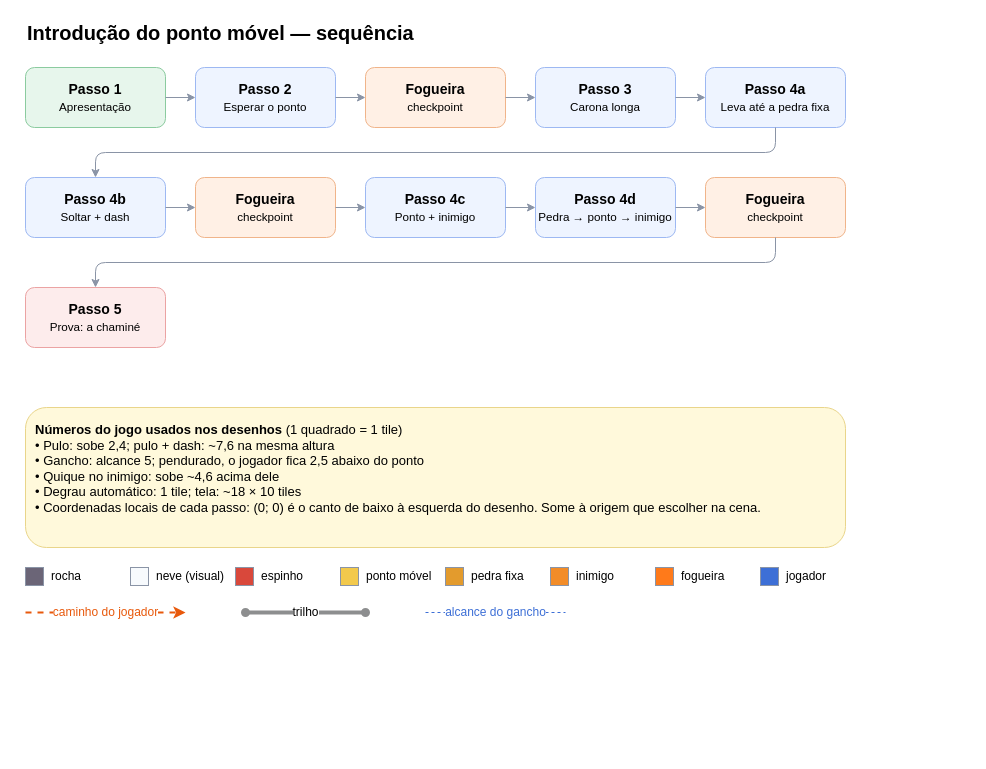
The draw.io diagram page "Sequência" (1 of 14) of Design/level_design_ponto_movel.drawio in Vertigo-Game/prototipo, before the edit. Source tidied: cells renumbered, new cells numbered last; positions are measured from the earlier drawing's top-left corner, leaving out a move shared by most shapes. Both pictures are drawn from the tidied source at 100%, with x=0, y=0 at pixel (25, 17).
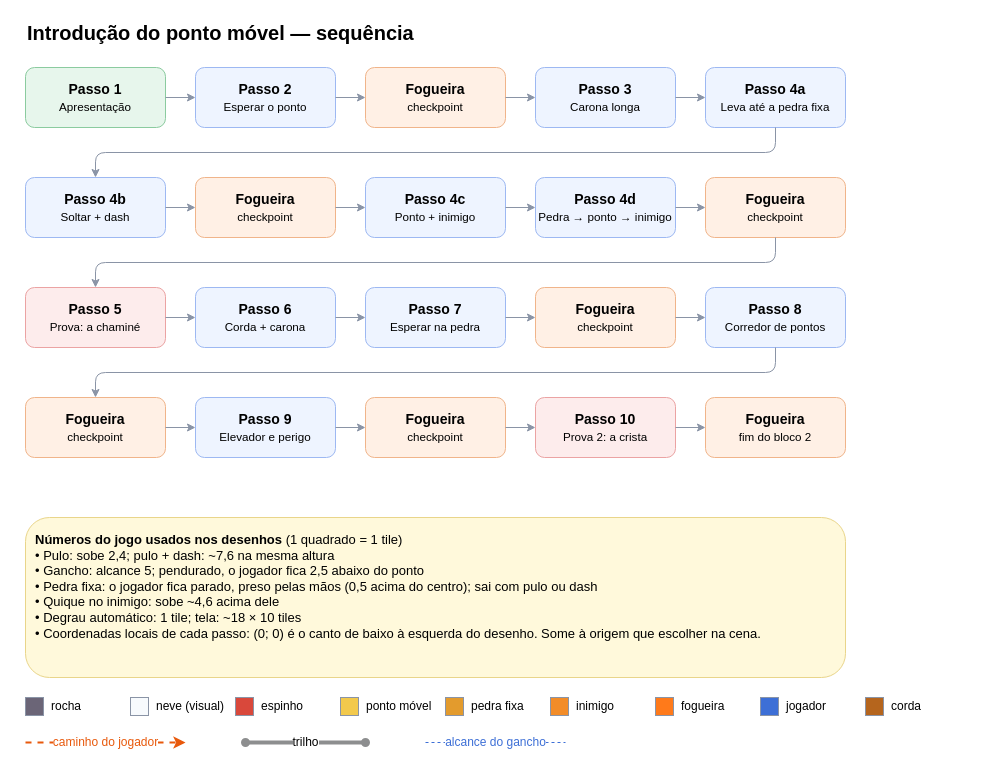
The same diagram, later.

Commit message (it also covers changes not shown here):
Adiciona o bloco 2 de trechos nos desenhos de level design

What changed in the source:
```diff
@@
-    <mxCell id="14" style="endArrow=classic;html=1;strokeColor=#8A94A6;" parent="1" edge="1">
-      <mxGeometry relative="1" as="geometry">
-        <mxPoint x="140" y="80" as="sourcePoint" />
-        <mxPoint x="170" y="80" as="targetPoint" />
-      </mxGeometry>
+    <mxCell id="14" value="&lt;b&gt;Passo 6&lt;/b&gt;&lt;br&gt;&lt;small&gt;Corda + carona&lt;/small&gt;" style="rounded=1;whiteSpace=wrap;html=1;fontSize=14;fillColor=#EEF4FF;strokeColor=#9DB8F2;" parent="1" vertex="1">
+      <mxGeometry x="170" y="270" width="140" height="60" as="geometry" />
     </mxCell>
-    <mxCell id="15" style="endArrow=classic;html=1;strokeColor=#8A94A6;" parent="1" edge="1">
-      <mxGeometry relative="1" as="geometry">
-        <mxPoint x="310" y="80" as="sourcePoint" />
-        <mxPoint x="340" y="80" as="targetPoint" />
-      </mxGeometry>
+    <mxCell id="15" value="&lt;b&gt;Passo 7&lt;/b&gt;&lt;br&gt;&lt;small&gt;Esperar na pedra&lt;/small&gt;" style="rounded=1;whiteSpace=wrap;html=1;fontSize=14;fillColor=#EEF4FF;strokeColor=#9DB8F2;" parent="1" vertex="1">
+      <mxGeometry x="340" y="270" width="140" height="60" as="geometry" />
     </mxCell>
-    <mxCell id="16" style="endArrow=classic;html=1;strokeColor=#8A94A6;" parent="1" edge="1">
-      <mxGeometry relative="1" as="geometry">
-        <mxPoint x="480" y="80" as="sourcePoint" />
-        <mxPoint x="510" y="80" as="targetPoint" />
-      </mxGeometry>
+    <mxCell id="16" value="&lt;b&gt;Fogueira&lt;/b&gt;&lt;br&gt;&lt;small&gt;checkpoint&lt;/small&gt;" style="rounded=1;whiteSpace=wrap;html=1;fontSize=14;fillColor=#FFF0E5;strokeColor=#F0B48A;" parent="1" vertex="1">
+      <mxGeometry x="510" y="270" width="140" height="60" as="geometry" />
     </mxCell>
-    <mxCell id="17" style="endArrow=classic;html=1;strokeColor=#8A94A6;" parent="1" edge="1">
-      <mxGeometry relative="1" as="geometry">
-        <mxPoint x="650" y="80" as="sourcePoint" />
-        <mxPoint x="680" y="80" as="targetPoint" />
-      </mxGeometry>
+    <mxCell id="17" value="&lt;b&gt;Passo 8&lt;/b&gt;&lt;br&gt;&lt;small&gt;Corredor de pontos&lt;/small&gt;" style="rounded=1;whiteSpace=wrap;html=1;fontSize=14;fillColor=#EEF4FF;strokeColor=#9DB8F2;" parent="1" vertex="1">
+      <mxGeometry x="680" y="270" width="140" height="60" as="geometry" />
     </mxCell>
-    <mxCell id="18" style="endArrow=classic;html=1;strokeColor=#8A94A6;edgeStyle=orthogonalEdgeStyle;" parent="1" edge="1">
-      <mxGeometry relative="1" as="geometry">
-        <mxPoint x="750" y="110" as="sourcePoint" />
-        <mxPoint x="70" y="160" as="targetPoint" />
-        <Array as="points">
-          <mxPoint x="750" y="135" />
-          <mxPoint x="70" y="135" />
-        </Array>
-      </mxGeometry>
+    <mxCell id="18" value="&lt;b&gt;Fogueira&lt;/b&gt;&lt;br&gt;&lt;small&gt;checkpoint&lt;/small&gt;" style="rounded=1;whiteSpace=wrap;html=1;fontSize=14;fillColor=#FFF0E5;strokeColor=#F0B48A;" parent="1" vertex="1">
+      <mxGeometry y="380" width="140" height="60" as="geometry" />
     </mxCell>
-    <mxCell id="19" style="endArrow=classic;html=1;strokeColor=#8A94A6;" parent="1" edge="1">
-      <mxGeometry relative="1" as="geometry">
-        <mxPoint x="140" y="190" as="sourcePoint" />
-        <mxPoint x="170" y="190" as="targetPoint" />
-      </mxGeometry>
+    <mxCell id="19" value="&lt;b&gt;Passo 9&lt;/b&gt;&lt;br&gt;&lt;small&gt;Elevador e perigo&lt;/small&gt;" style="rounded=1;whiteSpace=wrap;html=1;fontSize=14;fillColor=#EEF4FF;strokeColor=#9DB8F2;" parent="1" vertex="1">
+      <mxGeometry x="170" y="380" width="140" height="60" as="geometry" />
     </mxCell>
-    <mxCell id="20" style="endArrow=classic;html=1;strokeColor=#8A94A6;" parent="1" edge="1">
-      <mxGeometry relative="1" as="geometry">
-        <mxPoint x="310" y="190" as="sourcePoint" />
-        <mxPoint x="340" y="190" as="targetPoint" />
-      </mxGeometry>
+    <mxCell id="20" value="&lt;b&gt;Fogueira&lt;/b&gt;&lt;br&gt;&lt;small&gt;checkpoint&lt;/small&gt;" style="rounded=1;whiteSpace=wrap;html=1;fontSize=14;fillColor=#FFF0E5;strokeColor=#F0B48A;" parent="1" vertex="1">
+      <mxGeometry x="340" y="380" width="140" height="60" as="geometry" />
     </mxCell>
-    <mxCell id="21" style="endArrow=classic;html=1;strokeColor=#8A94A6;" parent="1" edge="1">
-      <mxGeometry relative="1" as="geometry">
-        <mxPoint x="480" y="190" as="sourcePoint" />
-        <mxPoint x="510" y="190" as="targetPoint" />
-      </mxGeometry>
+    <mxCell id="21" value="&lt;b&gt;Passo 10&lt;/b&gt;&lt;br&gt;&lt;small&gt;Prova 2: a crista&lt;/small&gt;" style="rounded=1;whiteSpace=wrap;html=1;fontSize=14;fillColor=#FDECEC;strokeColor=#EBA3A3;" parent="1" vertex="1">
+      <mxGeometry x="510" y="380" width="140" height="60" as="geometry" />
     </mxCell>
-    <mxCell id="22" style="endArrow=classic;html=1;strokeColor=#8A94A6;" parent="1" edge="1">
-      <mxGeometry relative="1" as="geometry">
-        <mxPoint x="650" y="190" as="sourcePoint" />
-        <mxPoint x="680" y="190" as="targetPoint" />
-      </mxGeometry>
+    <mxCell id="22" value="&lt;b&gt;Fogueira&lt;/b&gt;&lt;br&gt;&lt;small&gt;fim do bloco 2&lt;/small&gt;" style="rounded=1;whiteSpace=wrap;html=1;fontSize=14;fillColor=#FFF0E5;strokeColor=#F0B48A;" parent="1" vertex="1">
+      <mxGeometry x="680" y="380" width="140" height="60" as="geometry" />
     </mxCell>
-    <mxCell id="23" style="endArrow=classic;html=1;strokeColor=#8A94A6;edgeStyle=orthogonalEdgeStyle;" parent="1" edge="1">
+    <mxCell id="23" style="endArrow=classic;html=1;strokeColor=#8A94A6;" parent="1" edge="1">
       <mxGeometry relative="1" as="geometry">
-        <mxPoint x="750" y="220" as="sourcePoint" />
-        <mxPoint x="70" y="270" as="targetPoint" />
-        <Array as="points">
-          <mxPoint x="750" y="245" />
-          <mxPoint x="70" y="245" />
-        </Array>
+        <mxPoint x="140" y="80" as="sourcePoint" />
+        <mxPoint x="170" y="80" as="targetPoint" />
       </mxGeometry>
     </mxCell>
-    <mxCell id="24" value="&lt;b&gt;Números do jogo usados nos desenhos&lt;/b&gt; (1 quadrado = 1 tile)&lt;br&gt;• Pulo: sobe 2,4; pulo + dash: ~7,6 na mesma altura&lt;br&gt;• Gancho: alcance 5; pendurado, o jogador fica 2,5 abaixo do ponto&lt;br&gt;• Quique no inimigo: sobe ~4,6 acima dele&lt;br&gt;• Degrau automático: 1 tile; tela: ~18 × 10 tiles&lt;br&gt;• Coordenadas locais de cada passo: (0; 0) é o canto de baixo à esquerda do desenho. Some à origem que escolher na cena." style="rounded=1;whiteSpace=wrap;html=1;align=left;verticalAlign=top;spacing=10;fontSize=13;fillColor=#FFF9DB;strokeColor=#E9D58A;" parent="1" vertex="1">
-      <mxGeometry y="390" width="820" height="140" as="geometry" />
+    <mxCell id="24" style="endArrow=classic;html=1;strokeColor=#8A94A6;" parent="1" edge="1">
+      <mxGeometry relative="1" as="geometry">
+        <mxPoint x="310" y="80" as="sourcePoint" />
+        <mxPoint x="340" y="80" as="targetPoint" />
+      </mxGeometry>
     </mxCell>
-    <mxCell id="25" style="rounded=0;html=1;fillColor=#6B6577;strokeColor=#8A94A6;" parent="1" vertex="1">
-      <mxGeometry y="550" width="18" height="18" as="geometry" />
+    <mxCell id="25" style="endArrow=classic;html=1;strokeColor=#8A94A6;" parent="1" edge="1">
+      <mxGeometry relative="1" as="geometry">
+        <mxPoint x="480" y="80" as="sourcePoint" />
+        <mxPoint x="510" y="80" as="targetPoint" />
+      </mxGeometry>
     </mxCell>
-    <mxCell id="26" value="rocha" style="text;html=1;strokeColor=none;fillColor=none;align=left;verticalAlign=middle;fontSize=12;" parent="1" vertex="1">
-      <mxGeometry x="24" y="550" width="80" height="18" as="geometry" />
+    <mxCell id="26" style="endArrow=classic;html=1;strokeColor=#8A94A6;" parent="1" edge="1">
+      <mxGeometry relative="1" as="geometry">
+        <mxPoint x="650" y="80" as="sourcePoint" />
+        <mxPoint x="680" y="80" as="targetPoint" />
+      </mxGeometry>
     </mxCell>
-    <mxCell id="27" style="rounded=0;html=1;fillColor=#F7FAFD;strokeColor=#8A94A6;" parent="1" vertex="1">
-      <mxGeometry x="105" y="550" width="18" height="18" as="geometry" />
+    <mxCell id="27" style="endArrow=classic;html=1;strokeColor=#8A94A6;edgeStyle=orthogonalEdgeStyle;" parent="1" edge="1">
+      <mxGeometry relative="1" as="geometry">
+        <mxPoint x="750" y="110" as="sourcePoint" />
+        <mxPoint x="70" y="160" as="targetPoint" />
+        <Array as="points">
+          <mxPoint x="750" y="135" />
+          <mxPoint x="70" y="135" />
+        </Array>
+      </mxGeometry>
     </mxCell>
-    <mxCell id="28" value="neve (visual)" style="text;html=1;strokeColor=none;fillColor=none;align=left;verticalAlign=middle;fontSize=12;" parent="1" vertex="1">
-      <mxGeometry x="129" y="550" width="80" height="18" as="geometry" />
+    <mxCell id="28" style="endArrow=classic;html=1;strokeColor=#8A94A6;" parent="1" edge="1">
+      <mxGeometry relative="1" as="geometry">
+        <mxPoint x="140" y="190" as="sourcePoint" />
+        <mxPoint x="170" y="190" as="targetPoint" />
+      </mxGeometry>
     </mxCell>
-    <mxCell id="29" style="rounded=0;html=1;fillColor=#D9483B;strokeColor=#8A94A6;" parent="1" vertex="1">
-      <mxGeometry x="210" y="550" width="18" height="18" as="geometry" />
+    <mxCell id="29" style="endArrow=classic;html=1;strokeColor=#8A94A6;" parent="1" edge="1">
+      <mxGeometry relative="1" as="geometry">
+        <mxPoint x="310" y="190" as="sourcePoint" />
+        <mxPoint x="340" y="190" as="targetPoint" />
+      </mxGeometry>
     </mxCell>
-    <mxCell id="30" value="espinho" style="text;html=1;strokeColor=none;fillColor=none;align=left;verticalAlign=middle;fontSize=12;" parent="1" vertex="1">
-      <mxGeometry x="234" y="550" width="80" height="18" as="geometry" />
+    <mxCell id="30" style="endArrow=classic;html=1;strokeColor=#8A94A6;" parent="1" edge="1">
+      <mxGeometry relative="1" as="geometry">
+        <mxPoint x="480" y="190" as="sourcePoint" />
+        <mxPoint x="510" y="190" as="targetPoint" />
+      </mxGeometry>
     </mxCell>
-    <mxCell id="31" style="rounded=0;html=1;fillColor=#F2C94C;strokeColor=#8A94A6;" parent="1" vertex="1">
-      <mxGeometry x="315" y="550" width="18" height="18" as="geometry" />
+    <mxCell id="31" style="endArrow=classic;html=1;strokeColor=#8A94A6;" parent="1" edge="1">
+      <mxGeometry relative="1" as="geometry">
+        <mxPoint x="650" y="190" as="sourcePoint" />
+        <mxPoint x="680" y="190" as="targetPoint" />
+      </mxGeometry>
     </mxCell>
-    <mxCell id="32" value="ponto móvel" style="text;html=1;strokeColor=none;fillColor=none;align=left;verticalAlign=middle;fontSize=12;" parent="1" vertex="1">
-      <mxGeometry x="339" y="550" width="80" height="18" as="geometry" />
+    <mxCell id="32" style="endArrow=classic;html=1;strokeColor=#8A94A6;edgeStyle=orthogonalEdgeStyle;" parent="1" edge="1">
+      <mxGeometry relative="1" as="geometry">
+        <mxPoint x="750" y="220" as="sourcePoint" />
+        <mxPoint x="70" y="270" as="targetPoint" />
+        <Array as="points">
+          <mxPoint x="750" y="245" />
+          <mxPoint x="70" y="245" />
+        </Array>
+      </mxGeometry>
     </mxCell>
-    <mxCell id="33" style="rounded=0;html=1;fillColor=#E39B2D;strokeColor=#8A94A6;" parent="1" vertex="1">
-      <mxGeometry x="420" y="550" width="18" height="18" as="geometry" />
+    <mxCell id="33" style="endArrow=classic;html=1;strokeColor=#8A94A6;" parent="1" edge="1">
+      <mxGeometry relative="1" as="geometry">
+        <mxPoint x="140" y="300" as="sourcePoint" />
+        <mxPoint x="170" y="300" as="targetPoint" />
+      </mxGeometry>
     </mxCell>
-    <mxCell id="34" value="pedra fixa" style="text;html=1;strokeColor=none;fillColor=none;align=left;verticalAlign=middle;fontSize=12;" parent="1" vertex="1">
-      <mxGeometry x="444" y="550" width="80" height="18" as="geometry" />
+    <mxCell id="34" style="endArrow=classic;html=1;strokeColor=#8A94A6;" parent="1" edge="1">
+      <mxGeometry relative="1" as="geometry">
+        <mxPoint x="310" y="300" as="sourcePoint" />
+        <mxPoint x="340" y="300" as="targetPoint" />
+      </mxGeometry>
     </mxCell>
-    <mxCell id="35" style="rounded=0;html=1;fillColor=#F28C28;strokeColor=#8A94A6;" parent="1" vertex="1">
-      <mxGeometry x="525" y="550" width="18" height="18" as="geometry" />
+    <mxCell id="35" style="endArrow=classic;html=1;strokeColor=#8A94A6;" parent="1" edge="1">
+      <mxGeometry relative="1" as="geometry">
+        <mxPoint x="480" y="300" as="sourcePoint" />
+        <mxPoint x="510" y="300" as="targetPoint" />
+      </mxGeometry>
     </mxCell>
-    <mxCell id="36" value="inimigo" style="text;html=1;strokeColor=none;fillColor=none;align=left;verticalAlign=middle;fontSize=12;" parent="1" vertex="1">
-      <mxGeometry x="549" y="550" width="80" height="18" as="geometry" />
+    <mxCell id="36" style="endArrow=classic;html=1;strokeColor=#8A94A6;" parent="1" edge="1">
+      <mxGeometry relative="1" as="geometry">
+        <mxPoint x="650" y="300" as="sourcePoint" />
+        <mxPoint x="680" y="300" as="targetPoint" />
+      </mxGeometry>
     </mxCell>
-    <mxCell id="37" style="rounded=0;html=1;fillColor=#FF7A1A;strokeColor=#8A94A6;" parent="1" vertex="1">
-      <mxGeometry x="630" y="550" width="18" height="18" as="geometry" />
+    <mxCell id="37" style="endArrow=classic;html=1;strokeColor=#8A94A6;edgeStyle=orthogonalEdgeStyle;" parent="1" edge="1">
+      <mxGeometry relative="1" as="geometry">
+        <mxPoint x="750" y="330" as="sourcePoint" />
+        <mxPoint x="70" y="380" as="targetPoint" />
+        <Array as="points">
+          <mxPoint x="750" y="355" />
+          <mxPoint x="70" y="355" />
+        </Array>
+      </mxGeometry>
     </mxCell>
-    <mxCell id="38" value="fogueira" style="text;html=1;strokeColor=none;fillColor=none;align=left;verticalAlign=middle;fontSize=12;" parent="1" vertex="1">
-      <mxGeometry x="654" y="550" width="80" height="18" as="geometry" />
+    <mxCell id="38" style="endArrow=classic;html=1;strokeColor=#8A94A6;" parent="1" edge="1">
+      <mxGeometry relative="1" as="geometry">
+        <mxPoint x="140" y="410" as="sourcePoint" />
+        <mxPoint x="170" y="410" as="targetPoint" />
+      </mxGeometry>
     </mxCell>
-    <mxCell id="39" style="rounded=0;html=1;fillColor=#3D6FD6;strokeColor=#8A94A6;" parent="1" vertex="1">
-      <mxGeometry x="735" y="550" width="18" height="18" as="geometry" />
+    <mxCell id="39" style="endArrow=classic;html=1;strokeColor=#8A94A6;" parent="1" edge="1">
+      <mxGeometry relative="1" as="geometry">
+        <mxPoint x="310" y="410" as="sourcePoint" />
+        <mxPoint x="340" y="410" as="targetPoint" />
+      </mxGeometry>
     </mxCell>
-    <mxCell id="40" value="jogador" style="text;html=1;strokeColor=none;fillColor=none;align=left;verticalAlign=middle;fontSize=12;" parent="1" vertex="1">
-      <mxGeometry x="759" y="550" width="80" height="18" as="geometry" />
+    <mxCell id="40" style="endArrow=classic;html=1;strokeColor=#8A94A6;" parent="1" edge="1">
+      <mxGeometry relative="1" as="geometry">
+        <mxPoint x="480" y="410" as="sourcePoint" />
+        <mxPoint x="510" y="410" as="targetPoint" />
+      </mxGeometry>
     </mxCell>
-    <mxCell id="41" value="caminho do jogador" style="endArrow=classic;html=1;dashed=1;strokeColor=#E8590C;strokeWidth=2;fontColor=#E8590C;fontSize=12;" parent="1" edge="1">
+    <mxCell id="41" style="endArrow=classic;html=1;strokeColor=#8A94A6;" parent="1" edge="1">
       <mxGeometry relative="1" as="geometry">
-        <mxPoint y="595" as="sourcePoint" />
-        <mxPoint x="160" y="595" as="targetPoint" />
+        <mxPoint x="650" y="410" as="sourcePoint" />
+        <mxPoint x="680" y="410" as="targetPoint" />
       </mxGeometry>
     </mxCell>
-    <mxCell id="42" value="trilho" style="endArrow=oval;startArrow=oval;endFill=1;startFill=1;endSize=5;startSize=5;html=1;strokeColor=#8D8E8F;strokeWidth=4;fontSize=12;" parent="1" edge="1">
-      <mxGeometry relative="1" as="geometry">
-        <mxPoint x="220" y="595" as="sourcePoint" />
-        <mxPoint x="340" y="595" as="targetPoint" />
-      </mxGeometry>
+    <mxCell id="42" value="&lt;b&gt;Números do jogo usados nos desenhos&lt;/b&gt; (1 quadrado = 1 tile)&lt;br&gt;• Pulo: sobe 2,4; pulo + dash: ~7,6 na mesma altura&lt;br&gt;• Gancho: alcance 5; pendurado, o jogador fica 2,5 abaixo do ponto&lt;br&gt;• Pedra fixa: o jogador fica parado, preso pelas mãos (0,5 acima do centro); sai com pulo ou dash&lt;br&gt;• Quique no inimigo: sobe ~4,6 acima dele&lt;br&gt;• Degrau automático: 1 tile; tela: ~18 × 10 tiles&lt;br&gt;• Coordenadas locais de cada passo: (0; 0) é o canto de baixo à esquerda do desenho. Some à origem que escolher na cena." style="rounded=1;whiteSpace=wrap;html=1;align=left;verticalAlign=top;spacing=10;fontSize=13;fillColor=#FFF9DB;strokeColor=#E9D58A;" parent="1" vertex="1">
+      <mxGeometry y="500" width="820" height="160" as="geometry" />
     </mxCell>
-    <mxCell id="43" value="alcance do gancho" style="endArrow=none;html=1;dashed=1;strokeColor=#3D6FD6;fontSize=12;fontColor=#3D6FD6;" parent="1" edge="1">
-      <mxGeometry relative="1" as="geometry">
-        <mxPoint x="400" y="595" as="sourcePoint" />
-        <mxPoint x="540" y="595" as="targetPoint" />
-      </mxGeometry>
+    <mxCell id="43" style="rounded=0;html=1;fillColor=#6B6577;strokeColor=#8A94A6;" parent="1" vertex="1">
+      <mxGeometry y="680" width="18" height="18" as="geometry" />
     </mxCell>
+    <mxCell id="44" value="rocha" style="text;html=1;strokeColor=none;fillColor=none;align=left;verticalAlign=middle;fontSize=12;" parent="1" vertex="1">
+      <mxGeometry x="24" y="680" width="80" height="18" as="geometry" />
+    </mxCell>
+    <mxCell id="45" style="rounded=0;html=1;fillColor=#F7FAFD;strokeColor=#8A94A6;" parent="1" vertex="1">
+      <mxGeometry x="105" y="680" width="18" height="18" as="geometry" />
+    </mxCell>
+    <mxCell id="46" value="neve (visual)" style="text;html=1;strokeColor=none;fillColor=none;align=left;verticalAlign=middle;fontSize=12;" parent="1" vertex="1">
+      <mxGeometry x="129" y="680" width="80" height="18" as="geometry" />
+    </mxCell>
+    <mxCell id="47" style="rounded=0;html=1;fillColor=#D9483B;strokeColor=#8A94A6;" parent="1" vertex="1">
+      <mxGeometry x="210" y="680" width="18" height="18" as="geometry" />
+    </mxCell>
+    <mxCell id="48" value="espinho" style="text;html=1;strokeColor=none;fillColor=none;align=left;verticalAlign=middle;fontSize=12;" parent="1" vertex="1">
+      <mxGeometry x="234" y="680" width="80" height="18" as="geometry" />
+    </mxCell>
+    <mxCell id="49" style="rounded=0;html=1;fillColor=#F2C94C;strokeColor=#8A94A6;" parent="1" vertex="1">
+      <mxGeometry x="315" y="680" width="18" height="18" as="geometry" />
+    </mxCell>
+    <mxCell id="50" value="ponto móvel" style="text;html=1;strokeColor=none;fillColor=none;align=left;verticalAlign=middle;fontSize=12;" parent="1" vertex="1">
+      <mxGeometry x="339" y="680" width="80" height="18" as="geometry" />
+    </mxCell>
+    <mxCell id="51" style="rounded=0;html=1;fillColor=#E39B2D;strokeColor=#8A94A6;" parent="1" vertex="1">
+      <mxGeometry x="420" y="680" width="18" height="18" as="geometry" />
+    </mxCell>
+    <mxCell id="52" value="pedra fixa" style="text;html=1;strokeColor=none;fillColor=none;align=left;verticalAlign=middle;fontSize=12;" parent="1" vertex="1">
+      <mxGeometry x="444" y="680" width="80" height="18" as="geometry" />
+    </mxCell>
+    <mxCell id="53" style="rounded=0;html=1;fillColor=#F28C28;strokeColor=#8A94A6;" parent="1" vertex="1">
+      <mxGeometry x="525" y="680" width="18" height="18" as="geometry" />
+    </mxCell>
+    <mxCell id="54" value="inimigo" style="text;html=1;strokeColor=none;fillColor=none;align=left;verticalAlign=middle;fontSize=12;" parent="1" vertex="1">
+      <mxGeometry x="549" y="680" width="80" height="18" as="geometry" />
+    </mxCell>
+    <mxCell id="55" style="rounded=0;html=1;fillColor=#FF7A1A;strokeColor=#8A94A6;" parent="1" vertex="1">
+      <mxGeometry x="630" y="680" width="18" height="18" as="geometry" />
+    </mxCell>
+    <mxCell id="56" value="fogueira" style="text;html=1;strokeColor=none;fillColor=none;align=left;verticalAlign=middle;fontSize=12;" parent="1" vertex="1">
+      <mxGeometry x="654" y="680" width="80" height="18" as="geometry" />
+    </mxCell>
+    <mxCell id="57" style="rounded=0;html=1;fillColor=#3D6FD6;strokeColor=#8A94A6;" parent="1" vertex="1">
+      <mxGeometry x="735" y="680" width="18" height="18" as="geometry" />
+    </mxCell>
+    <mxCell id="58" value="jogador" style="text;html=1;strokeColor=none;fillColor=none;align=left;verticalAlign=middle;fontSize=12;" parent="1" vertex="1">
+      <mxGeometry x="759" y="680" width="80" height="18" as="geometry" />
+    </mxCell>
+    <mxCell id="59" style="rounded=0;html=1;fillColor=#B5651D;strokeColor=#8A94A6;" parent="1" vertex="1">
+      <mxGeometry x="840" y="680" width="18" height="18" as="geometry" />
+    </mxCell>
+    <mxCell id="60" value="corda" style="text;html=1;strokeColor=none;fillColor=none;align=left;verticalAlign=middle;fontSize=12;" parent="1" vertex="1">
+      <mxGeometry x="864" y="680" width="80" height="18" as="geometry" />
+    </mxCell>
+    <mxCell id="61" value="caminho do jogador" style="endArrow=classic;html=1;dashed=1;strokeColor=#E8590C;strokeWidth=2;fontColor=#E8590C;fontSize=12;" parent="1" edge="1">
+      <mxGeometry relative="1" as="geometry">
+        <mxPoint y="725" as="sourcePoint" />
+        <mxPoint x="160" y="725" as="targetPoint" />
+      </mxGeometry>
+    </mxCell>
+    <mxCell id="62" value="trilho" style="endArrow=oval;startArrow=oval;endFill=1;startFill=1;endSize=5;startSize=5;html=1;strokeColor=#8D8E8F;strokeWidth=4;fontSize=12;" parent="1" edge="1">
+      <mxGeometry relative="1" as="geometry">
+        <mxPoint x="220" y="725" as="sourcePoint" />
+        <mxPoint x="340" y="725" as="targetPoint" />
+      </mxGeometry>
+    </mxCell>
+    <mxCell id="63" value="alcance do gancho" style="endArrow=none;html=1;dashed=1;strokeColor=#3D6FD6;fontSize=12;fontColor=#3D6FD6;" parent="1" edge="1">
+      <mxGeometry relative="1" as="geometry">
+        <mxPoint x="400" y="725" as="sourcePoint" />
+        <mxPoint x="540" y="725" as="targetPoint" />
+      </mxGeometry>
+    </mxCell>
```
